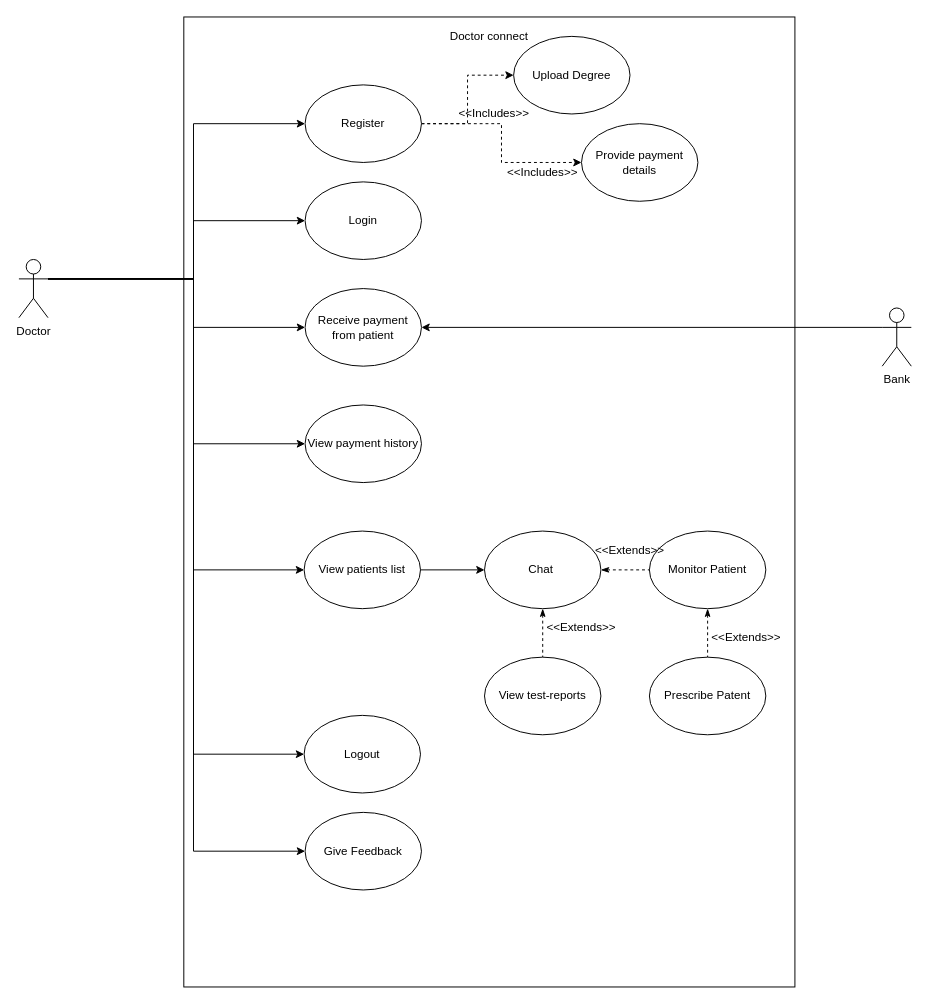
Above: page "doctor" (2 of 5) of STQA.drawio in MohitBurkule/doctorconnect (draw.io), before the change. Source tidied: cells renumbered, new cells numbered last; positions are measured from the earlier drawing's top-left corner, leaving out a move shared by most shapes. Both pictures are drawn from the tidied source at 97%, with x=0, y=0 at pixel (18, 16).
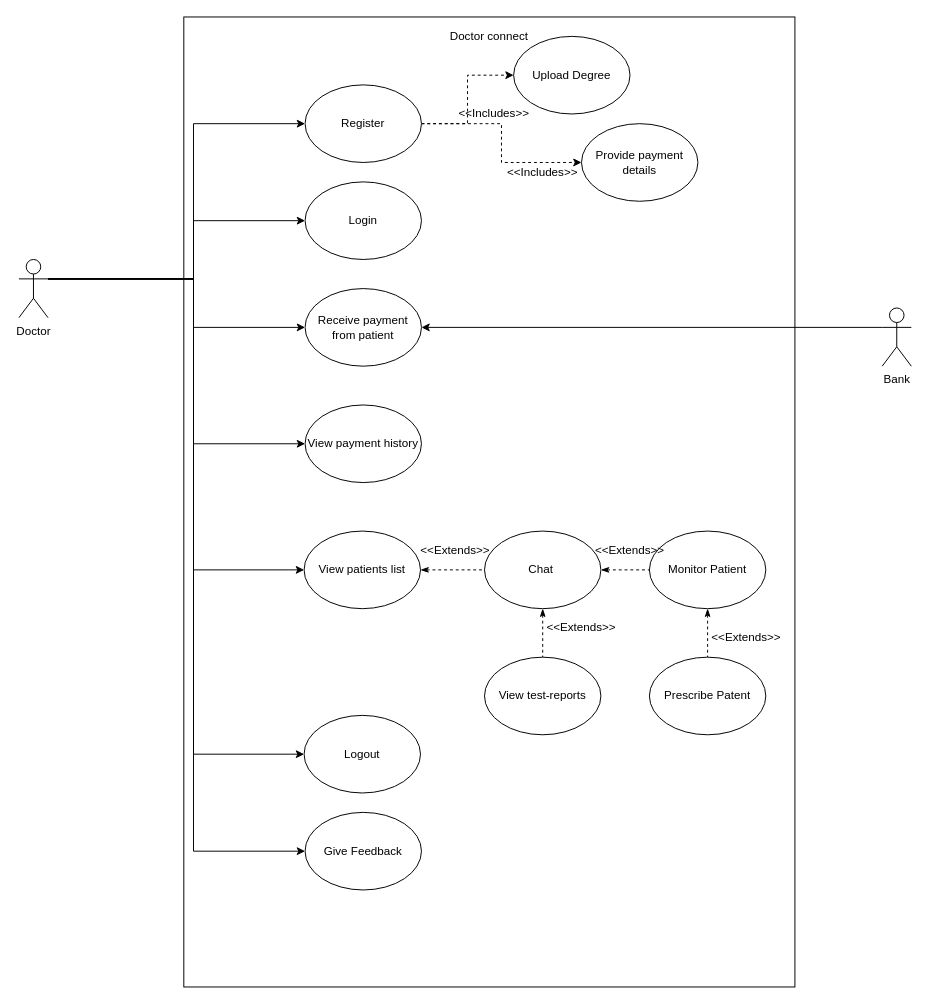
Above is the later version.

The change refers to these unchanged cells:
```xml
<mxCell id="19" value="View patients list" style="ellipse;whiteSpace=wrap;html=1;" parent="1" vertex="1">
  <mxGeometry x="294" y="530" width="120" height="80" as="geometry" />
</mxCell>
<mxCell id="22" value="Chat&amp;nbsp;" style="ellipse;whiteSpace=wrap;html=1;" parent="1" vertex="1">
  <mxGeometry x="480" y="530" width="120" height="80" as="geometry" />
</mxCell>
```

Change to the diagram source:
```diff
@@
-    <mxCell id="18" style="edgeStyle=orthogonalEdgeStyle;rounded=0;jettySize=auto;html=1;exitX=1;exitY=0.5;exitDx=0;exitDy=0;entryX=0;entryY=0.5;entryDx=0;entryDy=0;" parent="1" edge="1" source="19" target="22">
+    <mxCell id="18" style="edgeStyle=orthogonalEdgeStyle;rounded=0;jettySize=auto;html=1;exitX=1;exitY=0.5;exitDx=0;exitDy=0;entryX=0;entryY=0.5;entryDx=0;entryDy=0;dashed=1;startArrow=classicThin;startFill=1;endArrow=none;endFill=0;" parent="1" edge="1" source="19" target="22">
       <mxGeometry relative="1" as="geometry" />
     </mxCell>
@@
+    <mxCell id="38" value="&amp;lt;&amp;lt;Extends&amp;gt;&amp;gt;" style="text;html=1;strokeColor=none;fillColor=none;align=center;verticalAlign=middle;whiteSpace=wrap;rounded=0;" parent="1" vertex="1">
+      <mxGeometry x="430" y="540" width="40" height="20" as="geometry" />
+    </mxCell>
```
